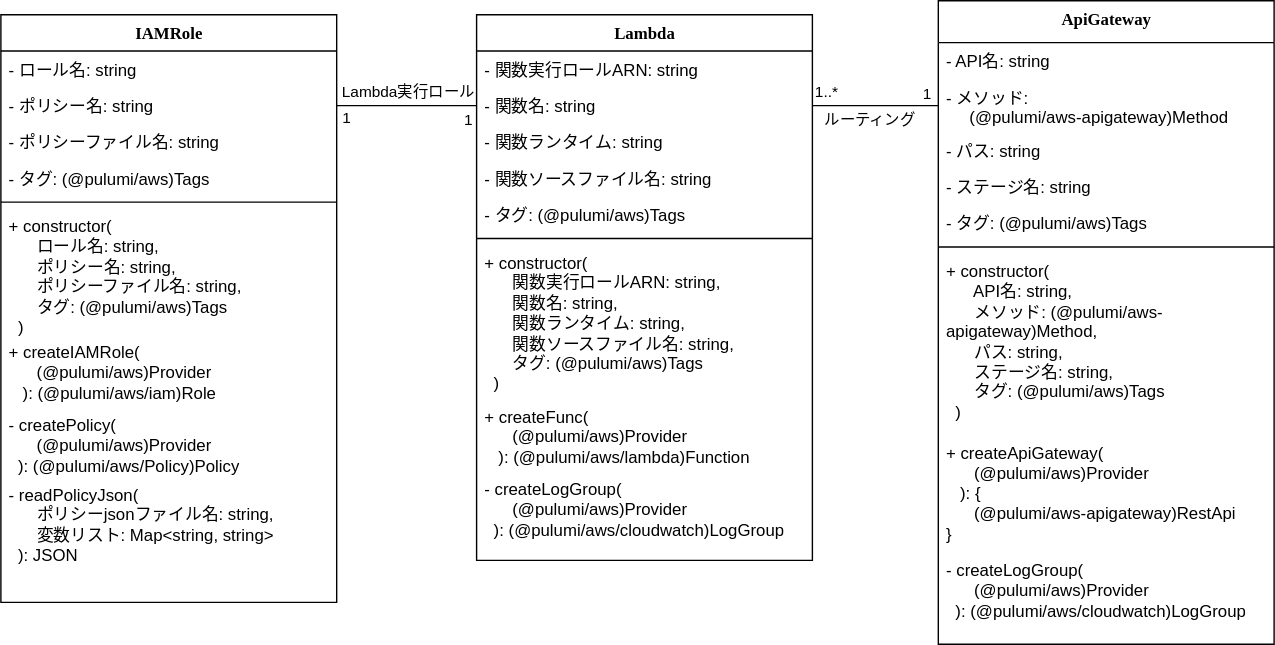
The draw.io diagram .docs/PicToTextInfraClass.drawio.svg in takata-kento/InfraPicToTxt, before a commit. Source tidied: cells renumbered, new cells last; positions are measured from the earlier drawing's top-left corner, leaving out a move shared by most shapes.
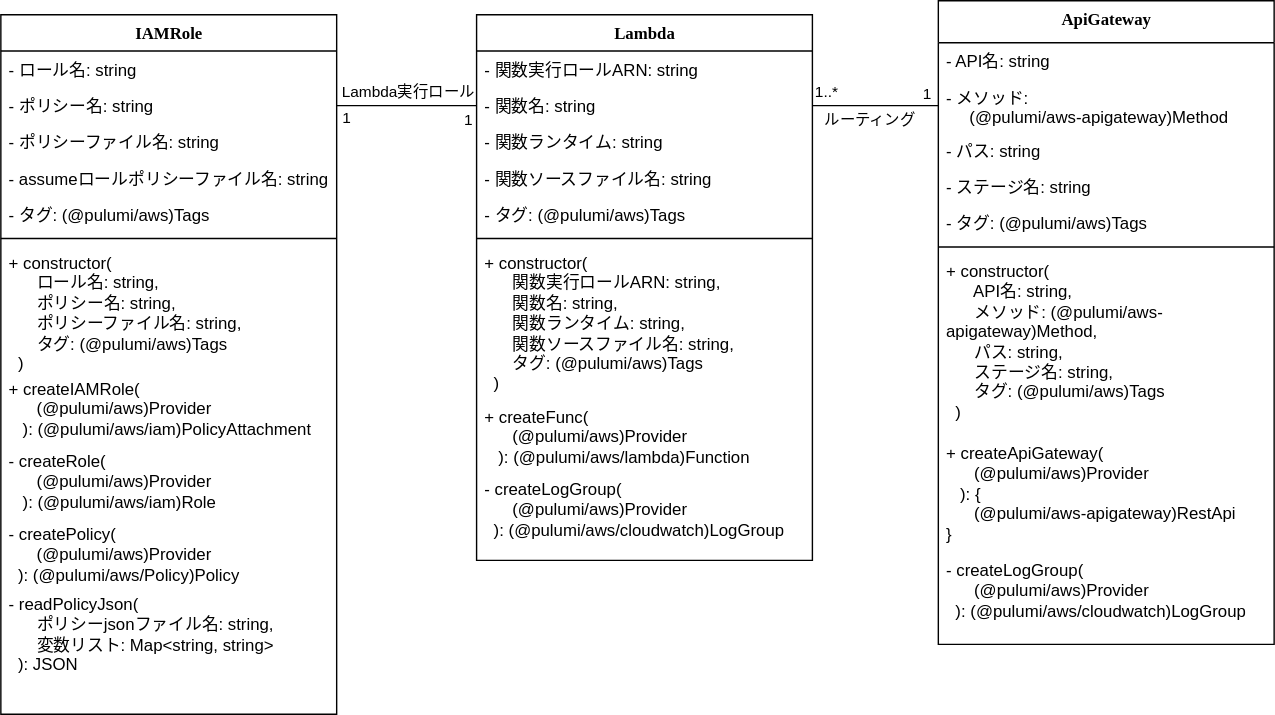
Later version of the same file.

Commit message:
createRoleメソッドの追加。assumeロールポリシー定義ファイル名フィールドの追加。

What changed in the source:
```diff
@@ -91,7 +91,7 @@
       </mxGeometry>
     </mxCell>
     <mxCell id="28" value="IAMRole" style="swimlane;html=1;fontStyle=1;align=center;verticalAlign=top;horizontal=1;startSize=26;swimlaneFillColor=#ffffff;rounded=0;shadow=0;comic=0;labelBackgroundColor=none;strokeWidth=1;fillColor=none;fontFamily=Verdana;fontSize=12;" parent="1" vertex="1">
-      <mxGeometry y="10" width="240" height="420" as="geometry" />
+      <mxGeometry y="10" width="240" height="500" as="geometry" />
     </mxCell>
     <mxCell id="29" value="- ロール名: string" style="text;html=1;strokeColor=none;fillColor=none;align=left;verticalAlign=top;spacingLeft=4;spacingRight=4;whiteSpace=wrap;overflow=hidden;" parent="28" vertex="1">
       <mxGeometry y="26" width="240" height="26" as="geometry" />
@@ -102,23 +102,29 @@
     <mxCell id="31" value="- ポリシーファイル名: s&lt;span style=&quot;background-color: initial;&quot;&gt;tring&lt;/span&gt;" style="text;html=1;strokeColor=none;fillColor=none;align=left;verticalAlign=top;spacingLeft=4;spacingRight=4;whiteSpace=wrap;overflow=hidden;" parent="28" vertex="1">
       <mxGeometry y="78" width="240" height="26" as="geometry" />
     </mxCell>
+    <mxCell id="42" value="- assumeロールポリシーファイル名: s&lt;span style=&quot;background-color: initial;&quot;&gt;tring&lt;/span&gt;" style="text;html=1;strokeColor=none;fillColor=none;align=left;verticalAlign=top;spacingLeft=4;spacingRight=4;whiteSpace=wrap;overflow=hidden;" parent="28" vertex="1">
+      <mxGeometry y="104" width="240" height="26" as="geometry" />
+    </mxCell>
     <mxCell id="32" value="- タグ: (@pulumi/aws)Tags" style="text;html=1;strokeColor=none;fillColor=none;align=left;verticalAlign=top;spacingLeft=4;spacingRight=4;whiteSpace=wrap;overflow=hidden;" parent="28" vertex="1">
-      <mxGeometry y="104" width="240" height="26" as="geometry" />
+      <mxGeometry y="130" width="240" height="26" as="geometry" />
     </mxCell>
     <mxCell id="33" style="line;html=1;strokeWidth=1;fillColor=none;align=left;verticalAlign=middle;spacingTop=-1;spacingLeft=3;spacingRight=3;labelPosition=right;" parent="28" vertex="1">
-      <mxGeometry y="130" width="240" height="8" as="geometry" />
+      <mxGeometry y="156" width="240" height="8" as="geometry" />
     </mxCell>
     <mxCell id="34" value="+ constructor(&lt;div&gt;&amp;nbsp; &amp;nbsp; &amp;nbsp; ロール名: string,&lt;/div&gt;&lt;div&gt;&amp;nbsp; &amp;nbsp; &amp;nbsp; ポリシー名: string,&lt;/div&gt;&lt;div&gt;&amp;nbsp; &amp;nbsp; &amp;nbsp; ポリシーファイル名: string,&lt;/div&gt;&lt;div&gt;&amp;nbsp; &amp;nbsp; &amp;nbsp; タグ:&amp;nbsp;&lt;span style=&quot;background-color: initial;&quot;&gt;(@pulumi/aws)Tags&lt;/span&gt;&lt;/div&gt;&lt;div&gt;&amp;nbsp; )&lt;/div&gt;" style="text;html=1;strokeColor=none;fillColor=none;align=left;verticalAlign=top;spacingLeft=4;spacingRight=4;whiteSpace=wrap;overflow=hidden;" parent="28" vertex="1">
-      <mxGeometry y="138" width="240" height="90" as="geometry" />
+      <mxGeometry y="164" width="240" height="90" as="geometry" />
     </mxCell>
-    <mxCell id="35" value="+ createIAMRole(&lt;div&gt;&amp;nbsp; &amp;nbsp; &amp;nbsp; (@pulumi/aws)Provider&lt;/div&gt;&lt;div&gt;&amp;nbsp; &amp;nbsp;): (@pulumi/aws/iam)Role&lt;/div&gt;" style="text;html=1;strokeColor=none;fillColor=none;align=left;verticalAlign=top;spacingLeft=4;spacingRight=4;whiteSpace=wrap;overflow=hidden;" parent="28" vertex="1">
-      <mxGeometry y="228" width="240" height="52" as="geometry" />
+    <mxCell id="35" value="+ createIAMRole(&lt;div&gt;&amp;nbsp; &amp;nbsp; &amp;nbsp; (@pulumi/aws)Provider&lt;/div&gt;&lt;div&gt;&amp;nbsp; &amp;nbsp;): (@pulumi/aws/iam)PolicyAttachment&lt;/div&gt;" style="text;html=1;strokeColor=none;fillColor=none;align=left;verticalAlign=top;spacingLeft=4;spacingRight=4;whiteSpace=wrap;overflow=hidden;" parent="28" vertex="1">
+      <mxGeometry y="254" width="240" height="52" as="geometry" />
     </mxCell>
+    <mxCell id="43" value="- createRole(&lt;div&gt;&amp;nbsp; &amp;nbsp; &amp;nbsp; (@pulumi/aws)Provider&lt;/div&gt;&lt;div&gt;&amp;nbsp; &amp;nbsp;): (@pulumi/aws/iam)Role&lt;/div&gt;" style="text;html=1;strokeColor=none;fillColor=none;align=left;verticalAlign=top;spacingLeft=4;spacingRight=4;whiteSpace=wrap;overflow=hidden;" parent="28" vertex="1">
+      <mxGeometry y="306" width="240" height="52" as="geometry" />
+    </mxCell>
     <mxCell id="36" value="- createPolicy(&lt;div&gt;&amp;nbsp; &amp;nbsp; &amp;nbsp; (@pulumi/aws)Provider&lt;/div&gt;&lt;div&gt;&amp;nbsp; ):&amp;nbsp;&lt;span style=&quot;background-color: initial;&quot;&gt;(@pulumi/aws/Policy)Policy&lt;/span&gt;&lt;/div&gt;" style="text;html=1;strokeColor=none;fillColor=none;align=left;verticalAlign=top;spacingLeft=4;spacingRight=4;whiteSpace=wrap;overflow=hidden;" parent="28" vertex="1">
-      <mxGeometry y="280" width="240" height="50" as="geometry" />
+      <mxGeometry y="358" width="240" height="50" as="geometry" />
     </mxCell>
     <mxCell id="37" value="- readPolicyJson(&lt;div&gt;&amp;nbsp; &amp;nbsp; &amp;nbsp; ポリシーjsonファイル名: string,&lt;/div&gt;&lt;div&gt;&lt;span style=&quot;background-color: initial;&quot;&gt;&amp;nbsp; &amp;nbsp; &amp;nbsp; 変数リスト: Map&amp;lt;string, string&amp;gt;&lt;/span&gt;&lt;/div&gt;&lt;div&gt;&lt;span style=&quot;background-color: initial;&quot;&gt;&amp;nbsp; ): JSON&lt;/span&gt;&lt;/div&gt;" style="text;html=1;strokeColor=none;fillColor=none;align=left;verticalAlign=top;spacingLeft=4;spacingRight=4;whiteSpace=wrap;overflow=hidden;" parent="28" vertex="1">
-      <mxGeometry y="330" width="240" height="70" as="geometry" />
+      <mxGeometry y="408" width="240" height="70" as="geometry" />
     </mxCell>
     <mxCell id="38" style="endArrow=none;html=1;rounded=0;exitX=1;exitY=0.5;exitDx=0;exitDy=0;entryX=0;entryY=0.5;entryDx=0;entryDy=0;" parent="1" edge="1" source="30" target="4">
       <mxGeometry relative="1" as="geometry" />
```
